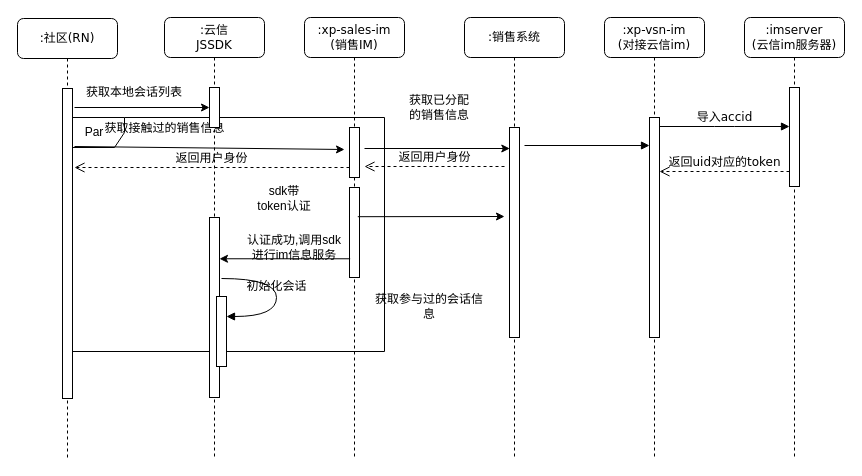
This is arch/sns/im-entry.drawio from zhangchuhu/drawio, a draw.io file, before an edit. Source tidied: cells renumbered, new cells numbered last; positions are measured from the earlier drawing's top-left corner, leaving out a move shared by most shapes. Both pictures are drawn from the tidied source at 100%, with x=0, y=0 at pixel (17, 17).
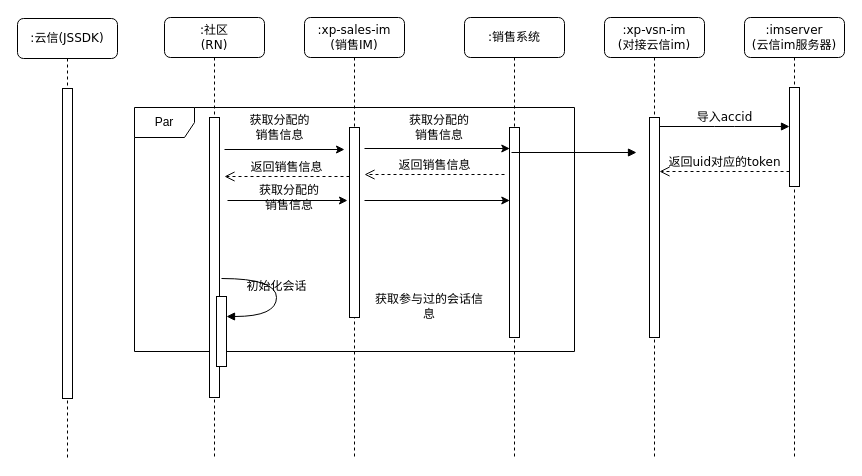
The same page after the edit.

Unchanged cells that the change refers to:
```xml
<mxCell id="3" value=":xp-sales-im&lt;br&gt;(销售IM)" style="shape=umlLifeline;perimeter=lifelinePerimeter;whiteSpace=wrap;html=1;rounded=1;shadow=0;comic=0;labelBackgroundColor=none;strokeWidth=1;fontFamily=Verdana;fontSize=12;align=center;" parent="1" vertex="1">
  <mxGeometry x="287" width="100" height="440" as="geometry" />
</mxCell>
```

The edit, as a diff of the source:
```diff
@@
     <mxCell id="2" value="Par" style="shape=umlFrame;whiteSpace=wrap;html=1;" parent="1" vertex="1">
-      <mxGeometry x="47" y="100" width="320" height="234" as="geometry" />
+      <mxGeometry x="117" y="90" width="440" height="244" as="geometry" />
     </mxCell>
@@
-    <mxCell id="4" style="html=1;points=[];perimeter=orthogonalPerimeter;rounded=0;shadow=0;comic=0;labelBackgroundColor=none;strokeWidth=1;fontFamily=Verdana;fontSize=12;align=center;" parent="3" vertex="1">
-      <mxGeometry x="45" y="170" width="10" height="90" as="geometry" />
-    </mxCell>
     <mxCell id="5" style="html=1;perimeter=orthogonalPerimeter;rounded=0;shadow=0;comic=0;labelBackgroundColor=none;strokeWidth=1;fontFamily=Verdana;fontSize=12;align=center;" parent="3" vertex="1">
-      <mxGeometry x="45" y="110" width="10" height="50" as="geometry" />
+      <mxGeometry x="45" y="110" width="10" height="190" as="geometry" />
     </mxCell>
@@
-    <mxCell id="10" value=":云信&lt;br&gt;JSSDK" style="shape=umlLifeline;perimeter=lifelinePerimeter;whiteSpace=wrap;html=1;rounded=1;shadow=0;comic=0;labelBackgroundColor=none;strokeWidth=1;fontFamily=Verdana;fontSize=12;align=center;" parent="1" vertex="1">
+    <mxCell id="10" value=":社区&lt;br&gt;(RN)" style="shape=umlLifeline;perimeter=lifelinePerimeter;whiteSpace=wrap;html=1;rounded=1;shadow=0;comic=0;labelBackgroundColor=none;strokeWidth=1;fontFamily=Verdana;fontSize=12;align=center;" parent="1" vertex="1">
       <mxGeometry x="147" width="100" height="440" as="geometry" />
     </mxCell>
     <mxCell id="11" style="html=1;points=[];perimeter=orthogonalPerimeter;rounded=0;shadow=0;comic=0;labelBackgroundColor=none;strokeWidth=1;fontFamily=Verdana;fontSize=12;align=center;" parent="10" vertex="1">
-      <mxGeometry x="45" y="200" width="10" height="180" as="geometry" />
+      <mxGeometry x="45" y="100" width="10" height="280" as="geometry" />
     </mxCell>
@@
-    <mxCell id="15" value="获取接触过的销售信息" style="html=1;verticalAlign=bottom;endArrow=block;labelBackgroundColor=none;fontFamily=Verdana;fontSize=12;edgeStyle=elbowEdgeStyle;elbow=vertical;" parent="1" edge="1">
-      <mxGeometry y="423" relative="1" as="geometry">
-        <mxPoint x="507" y="128" as="sourcePoint" />
-        <mxPoint x="632" y="128" as="targetPoint" />
-        <mxPoint x="-423" y="415" as="offset" />
+    <mxCell id="15" value="获取分配的&lt;br&gt;销售信息" style="html=1;verticalAlign=bottom;endArrow=block;labelBackgroundColor=none;fontFamily=Verdana;fontSize=12;edgeStyle=elbowEdgeStyle;elbow=vertical;" parent="1" edge="1">
+      <mxGeometry y="295" relative="1" as="geometry">
+        <mxPoint x="494" y="135" as="sourcePoint" />
+        <mxPoint x="619" y="135" as="targetPoint" />
+        <mxPoint x="-295" y="287" as="offset" />
       </mxGeometry>
     </mxCell>
@@
-    <mxCell id="18" value="返回用户身份" style="html=1;verticalAlign=bottom;endArrow=open;dashed=1;endSize=8;labelBackgroundColor=none;fontFamily=Verdana;fontSize=12;edgeStyle=elbowEdgeStyle;elbow=vertical;" parent="1" edge="1">
+    <mxCell id="18" value="返回销售信息" style="html=1;verticalAlign=bottom;endArrow=open;dashed=1;endSize=8;labelBackgroundColor=none;fontFamily=Verdana;fontSize=12;edgeStyle=elbowEdgeStyle;elbow=vertical;" parent="1" edge="1">
       <mxGeometry relative="1" as="geometry">
-        <mxPoint x="487" y="149" as="sourcePoint" />
-        <mxPoint x="347" y="149" as="targetPoint" />
+        <mxPoint x="487" y="157" as="sourcePoint" />
+        <mxPoint x="347" y="157" as="targetPoint" />
         <Array as="points">
-          <mxPoint x="425" y="149" />
-          <mxPoint x="455" y="149" />
+          <mxPoint x="425" y="157" />
+          <mxPoint x="455" y="157" />
         </Array>
       </mxGeometry>
     </mxCell>
-    <mxCell id="19" style="endArrow=classic;html=1;exitX=0.933;exitY=0.239;exitDx=0;exitDy=0;exitPerimeter=0;" parent="1" edge="1">
-      <mxGeometry relative="1" as="geometry">
-        <mxPoint x="340.3" y="199.2" as="sourcePoint" />
-        <mxPoint x="487" y="199" as="targetPoint" />
-      </mxGeometry>
-    </mxCell>
-    <mxCell id="20" value="sdk带token认证" style="text;html=1;strokeColor=none;fillColor=none;align=center;verticalAlign=middle;whiteSpace=wrap;rounded=0;" parent="1" vertex="1">
-      <mxGeometry x="237" y="171" width="60" height="20" as="geometry" />
-    </mxCell>
-    <mxCell id="21" style="endArrow=classic;html=1;exitX=0.067;exitY=0.792;exitDx=0;exitDy=0;exitPerimeter=0;" parent="1" edge="1" source="4" target="11">
-      <mxGeometry relative="1" as="geometry" />
-    </mxCell>
-    <mxCell id="22" value="认证成功,调用sdk进行im信息服务" style="text;html=1;strokeColor=none;fillColor=none;align=center;verticalAlign=middle;whiteSpace=wrap;rounded=0;" parent="1" vertex="1">
-      <mxGeometry x="227" y="220" width="100" height="20" as="geometry" />
-    </mxCell>
@@
-    <mxCell id="25" value=":社区(RN)" style="shape=umlLifeline;perimeter=lifelinePerimeter;whiteSpace=wrap;html=1;rounded=1;shadow=0;comic=0;labelBackgroundColor=none;strokeWidth=1;fontFamily=Verdana;fontSize=12;align=center;" parent="1" vertex="1">
+    <mxCell id="25" value=":云信(JSSDK)" style="shape=umlLifeline;perimeter=lifelinePerimeter;whiteSpace=wrap;html=1;rounded=1;shadow=0;comic=0;labelBackgroundColor=none;strokeWidth=1;fontFamily=Verdana;fontSize=12;align=center;" parent="1" vertex="1">
       <mxGeometry y="1" width="100" height="440" as="geometry" />
     </mxCell>
@@
-    <mxCell id="27" style="endArrow=classic;html=1;" parent="1" edge="1" target="29">
-      <mxGeometry relative="1" as="geometry">
-        <mxPoint x="57" y="90" as="sourcePoint" />
-      </mxGeometry>
-    </mxCell>
-    <mxCell id="28" value="获取本地会话列表" style="text;html=1;strokeColor=none;fillColor=none;align=center;verticalAlign=middle;whiteSpace=wrap;rounded=0;" parent="1" vertex="1">
-      <mxGeometry x="67" y="70" width="100" height="10" as="geometry" />
-    </mxCell>
-    <mxCell id="29" style="html=1;points=[];perimeter=orthogonalPerimeter;rounded=0;shadow=0;comic=0;labelBackgroundColor=none;strokeWidth=1;fontFamily=Verdana;fontSize=12;align=center;" parent="1" vertex="1">
-      <mxGeometry x="192" y="70" width="10" height="40" as="geometry" />
-    </mxCell>
     <mxCell id="30" style="endArrow=classic;html=1;" parent="1" edge="1">
       <mxGeometry relative="1" as="geometry">
-        <mxPoint x="57" y="129" as="sourcePoint" />
+        <mxPoint x="207" y="132" as="sourcePoint" />
         <mxPoint x="327" y="132" as="targetPoint" />
       </mxGeometry>
     </mxCell>
@@
-    <mxCell id="32" value="返回用户身份" style="html=1;verticalAlign=bottom;endArrow=open;dashed=1;endSize=8;labelBackgroundColor=none;fontFamily=Verdana;fontSize=12;edgeStyle=elbowEdgeStyle;elbow=vertical;" parent="1" edge="1">
+    <mxCell id="32" value="返回销售信息" style="html=1;verticalAlign=bottom;endArrow=open;dashed=1;endSize=8;labelBackgroundColor=none;fontFamily=Verdana;fontSize=12;edgeStyle=elbowEdgeStyle;elbow=vertical;" parent="1" edge="1">
       <mxGeometry relative="1" as="geometry">
-        <mxPoint x="332" y="150" as="sourcePoint" />
-        <mxPoint x="57" y="150" as="targetPoint" />
+        <mxPoint x="332" y="159" as="sourcePoint" />
+        <mxPoint x="207" y="159" as="targetPoint" />
         <Array as="points">
-          <mxPoint x="270" y="150" />
-          <mxPoint x="300" y="150" />
+          <mxPoint x="270" y="159" />
+          <mxPoint x="300" y="159" />
         </Array>
       </mxGeometry>
     </mxCell>
-    <mxCell id="33" value="获取已分配的销售信息" style="text;html=1;strokeColor=none;fillColor=none;align=center;verticalAlign=middle;whiteSpace=wrap;rounded=0;" parent="1" vertex="1">
-      <mxGeometry x="387" y="80" width="70" height="20" as="geometry" />
+    <mxCell id="33" value="获取分配的销售信息" style="text;html=1;strokeColor=none;fillColor=none;align=center;verticalAlign=middle;whiteSpace=wrap;rounded=0;" parent="1" vertex="1">
+      <mxGeometry x="387" y="100" width="70" height="20" as="geometry" />
     </mxCell>
+    <mxCell id="34" style="endArrow=classic;html=1;" parent="1" edge="1">
+      <mxGeometry relative="1" as="geometry">
+        <mxPoint x="210" y="183" as="sourcePoint" />
+        <mxPoint x="330" y="183" as="targetPoint" />
+      </mxGeometry>
+    </mxCell>
+    <mxCell id="35" style="endArrow=classic;html=1;entryX=0.133;entryY=0.45;entryDx=0;entryDy=0;entryPerimeter=0;" parent="1" edge="1">
+      <mxGeometry relative="1" as="geometry">
+        <mxPoint x="347" y="183" as="sourcePoint" />
+        <mxPoint x="492.3" y="183" as="targetPoint" />
+      </mxGeometry>
+    </mxCell>
+    <mxCell id="36" value="获取分配的销售信息" style="text;html=1;strokeColor=none;fillColor=none;align=center;verticalAlign=middle;whiteSpace=wrap;rounded=0;" parent="1" vertex="1">
+      <mxGeometry x="237" y="170" width="70" height="20" as="geometry" />
+    </mxCell>
```
